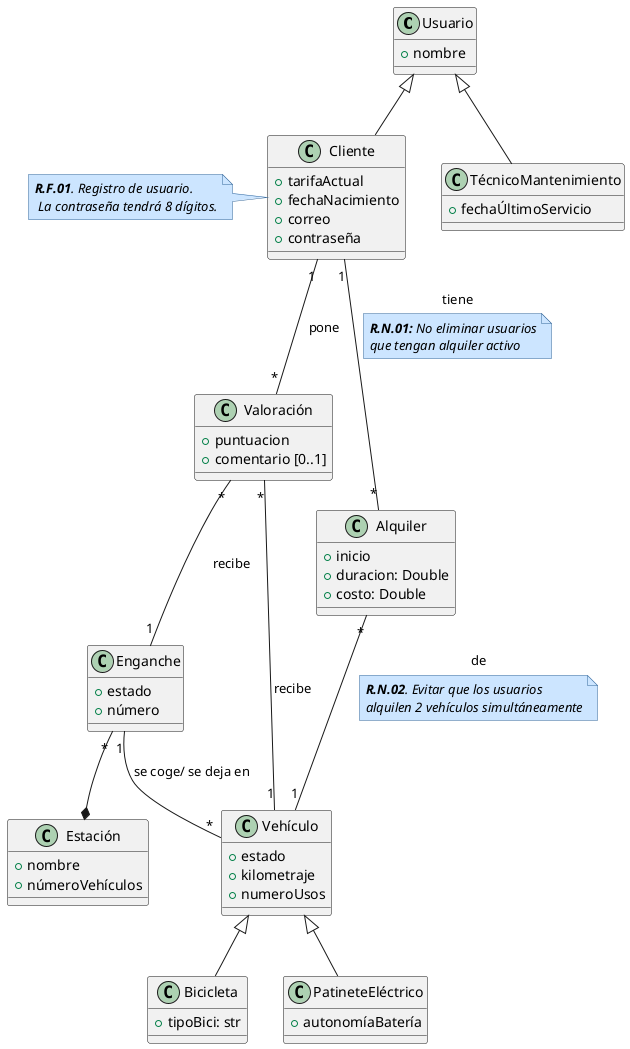
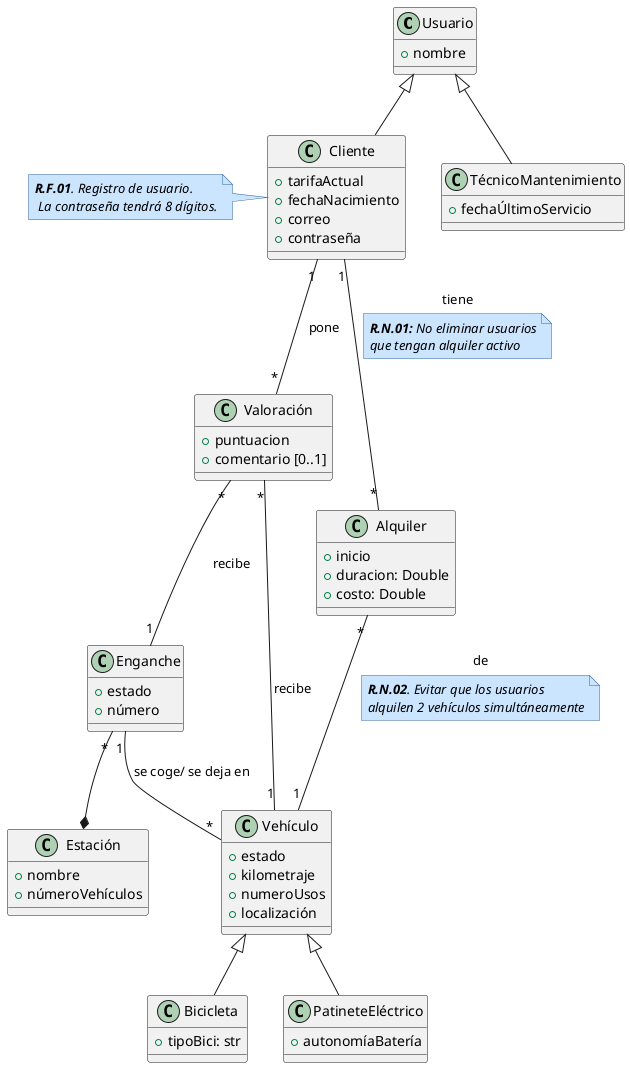
@startuml DiagramaClases

skinparam note {
  BackgroundColor #cce5ff
  BorderColor #336699
  FontStyle italic
}

class Usuario {
    +nombre
}

class Cliente {
    +tarifaActual
    +fechaNacimiento
    +correo
    +contraseña
}
note left:**R.F.01**. Registro de usuario. \n La contraseña tendrá 8 dígitos.

class TécnicoMantenimiento {
    +fechaÚltimoServicio
}

class Valoración {
    +puntuacion
    +comentario [0..1]
}

class Alquiler {
    +inicio
    +duracion: Double
    +costo: Double
}

class Vehículo {
    +estado
    +kilometraje
    +numeroUsos
+     +localización
}

'Una estación se refiere a un enganche específico,'
'para decir a qué grupo de bicis pertenece se utiliza el atributo zona'
'Se ha puesto así para poder poner en qué enganche (estación) se encuentra'
'una bici específica, si no no se podría identificar la bici averiada por ejemplo.'

class Estación {
    +nombre
    +númeroVehículos
}

class Enganche {
    +estado
    +número
}

class Bicicleta {
    +tipoBici: str
}

class PatineteEléctrico {
    +autonomíaBatería
}

Usuario <|-- Cliente
Usuario <|-- TécnicoMantenimiento

Enganche "*"--* Estación

'Relación directa valoraciones'
Cliente "1"--"*" Valoración : pone
Valoración "*"--"1" Vehículo : recibe
Valoración "*"--"1" Enganche : recibe

Enganche"1" -- "*"Vehículo : se coge/ se deja en


'Relacion de Alquileres'
Cliente "1"--"*"  Alquiler: tiene
'Requisitos seguidos de relacion a linkear'
note on link
  **R.N.01:** No eliminar usuarios
  que tengan alquiler activo
end note

Alquiler "*"--"1" Vehículo: de
note on link
    **R.N.02**. Evitar que los usuarios
    alquilen 2 vehículos simultáneamente
end note

Vehículo <|-- Bicicleta
Vehículo <|-- PatineteEléctrico


@enduml